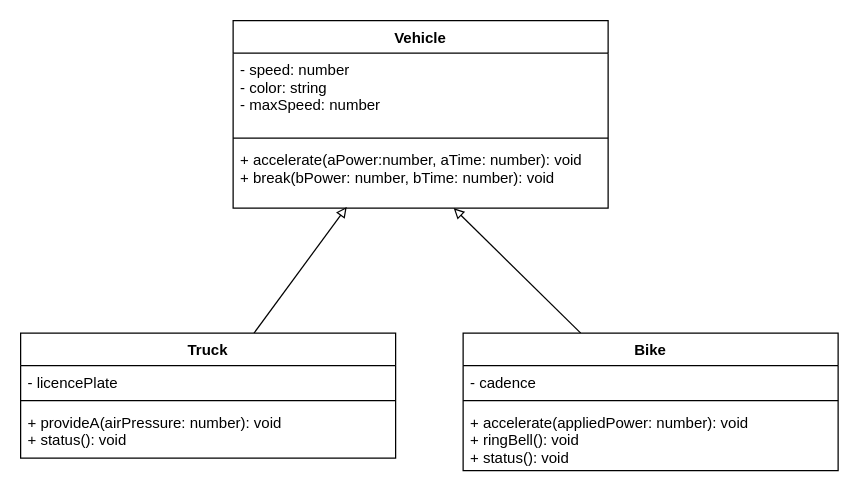
This is Drawio/ClassDiagram.drawio from JacksonNaufal/ics4u-unit2-09-typescript, a draw.io file, before an edit. Source tidied: cells renumbered, new cells numbered last; positions are measured from the earlier drawing's top-left corner, leaving out a move shared by most shapes. Both pictures are drawn from the tidied source at 125%, with x=0, y=0 at pixel (20, 20).
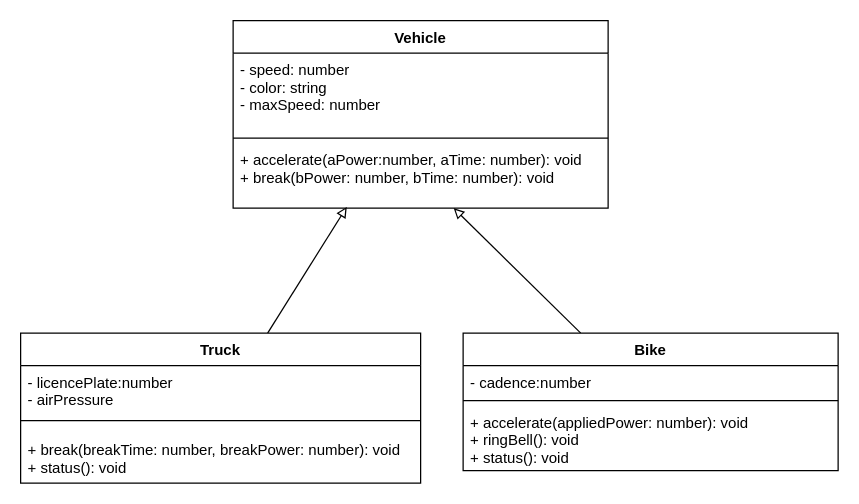
Above is the later version.

Change to the diagram source:
```diff
@@
 <mxGraphModel>
   <root>
     <mxCell id="0" />
     <mxCell id="1" parent="0" />
     <mxCell id="2" value="Vehicle" style="swimlane;fontStyle=1;align=center;verticalAlign=top;horizontal=1;startSize=26;" parent="1" vertex="1">
       <mxGeometry x="170" width="300" height="150" as="geometry" />
     </mxCell>
     <mxCell id="3" value="- speed: number &#10;- color: string&#10;- maxSpeed: number" style="text;strokeColor=none;fillColor=none;align=left;verticalAlign=top;spacingLeft=4;spacingRight=4;overflow=hidden;" parent="2" vertex="1">
       <mxGeometry y="26" width="300" height="64" as="geometry" />
     </mxCell>
     <mxCell id="4" style="line;strokeWidth=1;fillColor=none;align=left;verticalAlign=middle;spacingTop=-1;spacingLeft=3;spacingRight=3;labelPosition=right;" parent="2" vertex="1">
       <mxGeometry y="90" width="300" height="8" as="geometry" />
     </mxCell>
     <mxCell id="5" value="+ accelerate(aPower:number, aTime: number): void&#10;+ break(bPower: number, bTime: number): void" style="text;strokeColor=none;fillColor=none;align=left;verticalAlign=top;spacingLeft=4;spacingRight=4;overflow=hidden;points=[[0,0.5],[1,0.5]];portConstraint=eastwest;" parent="2" vertex="1">
       <mxGeometry y="98" width="300" height="52" as="geometry" />
     </mxCell>
     <mxCell id="6" style="edgeStyle=none;html=1;entryX=0.303;entryY=0.981;entryDx=0;entryDy=0;entryPerimeter=0;endArrow=block;endFill=0;" parent="1" edge="1" source="7" target="5">
       <mxGeometry relative="1" as="geometry" />
     </mxCell>
     <mxCell id="7" value="Truck" style="swimlane;fontStyle=1;align=center;verticalAlign=top;horizontal=1;startSize=26;" parent="1" vertex="1">
-      <mxGeometry y="250" width="300" height="100" as="geometry" />
+      <mxGeometry y="250" width="320" height="120" as="geometry" />
     </mxCell>
-    <mxCell id="8" value="- licencePlate" style="text;strokeColor=none;fillColor=none;align=left;verticalAlign=top;spacingLeft=4;spacingRight=4;overflow=hidden;" parent="7" vertex="1">
-      <mxGeometry y="26" width="300" height="24" as="geometry" />
+    <mxCell id="8" value="- licencePlate:number&#10;- airPressure" style="text;strokeColor=none;fillColor=none;align=left;verticalAlign=top;spacingLeft=4;spacingRight=4;overflow=hidden;" parent="7" vertex="1">
+      <mxGeometry y="26" width="320" height="34" as="geometry" />
     </mxCell>
     <mxCell id="9" style="line;strokeWidth=1;fillColor=none;align=left;verticalAlign=middle;spacingTop=-1;spacingLeft=3;spacingRight=3;labelPosition=right;" parent="7" vertex="1">
-      <mxGeometry y="50" width="300" height="8" as="geometry" />
+      <mxGeometry y="60" width="320" height="20" as="geometry" />
     </mxCell>
-    <mxCell id="10" value="+ provideA(airPressure: number): void&#10;+ status(): void" style="text;strokeColor=none;fillColor=none;align=left;verticalAlign=top;spacingLeft=4;spacingRight=4;overflow=hidden;" parent="7" vertex="1">
-      <mxGeometry y="58" width="300" height="42" as="geometry" />
+    <mxCell id="10" value="+ break(breakTime: number, breakPower: number): void&#10;+ status(): void" style="text;strokeColor=none;fillColor=none;align=left;verticalAlign=top;spacingLeft=4;spacingRight=4;overflow=hidden;" parent="7" vertex="1">
+      <mxGeometry y="80" width="320" height="40" as="geometry" />
     </mxCell>
     <mxCell id="11" style="edgeStyle=none;html=1;endArrow=block;endFill=0;" parent="1" edge="1" source="12" target="5">
       <mxGeometry relative="1" as="geometry" />
     </mxCell>
     <mxCell id="12" value="Bike" style="swimlane;fontStyle=1;align=center;verticalAlign=top;horizontal=1;startSize=26;" parent="1" vertex="1">
       <mxGeometry x="354" y="250" width="300" height="110" as="geometry" />
     </mxCell>
-    <mxCell id="13" value="- cadence" style="text;strokeColor=none;fillColor=none;align=left;verticalAlign=top;spacingLeft=4;spacingRight=4;overflow=hidden;" parent="12" vertex="1">
+    <mxCell id="13" value="- cadence:number" style="text;strokeColor=none;fillColor=none;align=left;verticalAlign=top;spacingLeft=4;spacingRight=4;overflow=hidden;" parent="12" vertex="1">
       <mxGeometry y="26" width="300" height="24" as="geometry" />
     </mxCell>
     <mxCell id="14" style="line;strokeWidth=1;fillColor=none;align=left;verticalAlign=middle;spacingTop=-1;spacingLeft=3;spacingRight=3;labelPosition=right;" parent="12" vertex="1">
       <mxGeometry y="50" width="300" height="8" as="geometry" />
     </mxCell>
     <mxCell id="15" value="+ accelerate(appliedPower: number): void&#10;+ ringBell(): void&#10;+ status(): void" style="text;strokeColor=none;fillColor=none;align=left;verticalAlign=top;spacingLeft=4;spacingRight=4;overflow=hidden;" parent="12" vertex="1">
       <mxGeometry y="58" width="300" height="52" as="geometry" />
     </mxCell>
   </root>
 </mxGraphModel>
```
